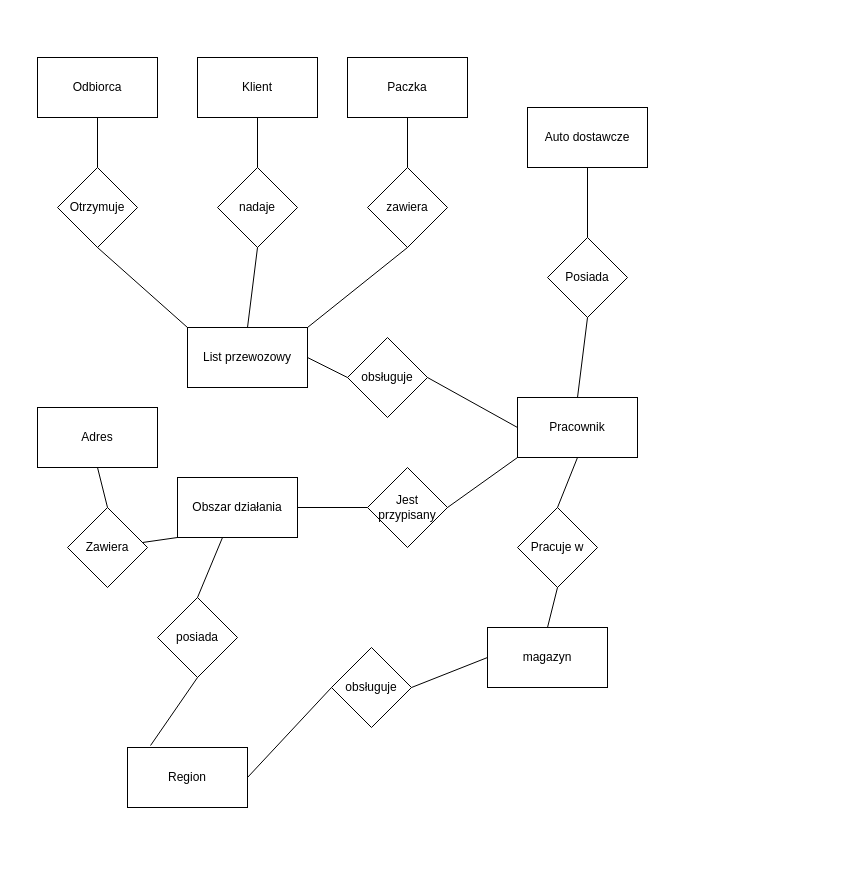
Earlier version of the draw.io diagram firma kurierska.drawio (mariuszkrzyzopolski/mpr). Source tidied: cells renumbered, new cells numbered last; positions are measured from the earlier drawing's top-left corner, leaving out a move shared by most shapes. Both pictures are drawn from the tidied source at 100%, with x=0, y=0 at pixel (37, 57).
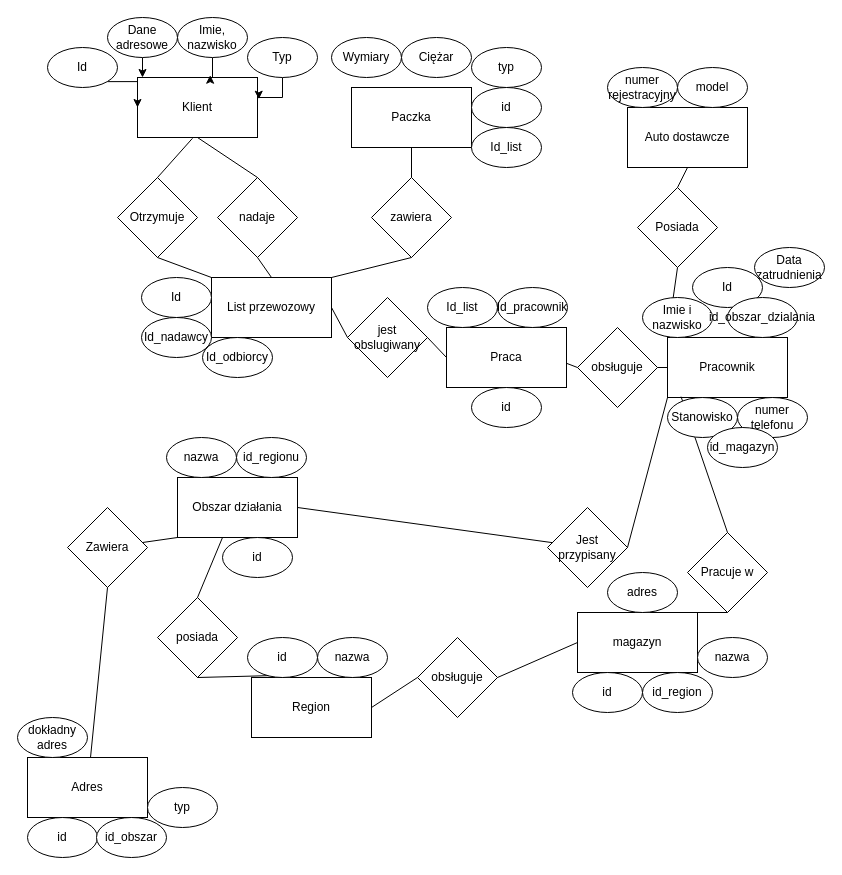
After the change.

The change refers to these unchanged cells:
```xml
<mxCell id="31" value="Zawiera" style="rhombus;whiteSpace=wrap;html=1;" parent="1" vertex="1">
  <mxGeometry x="30" y="450" width="80" height="80" as="geometry" />
</mxCell>
```

Diff of the diagram source:
```diff
@@
-    <mxCell id="2" value="Odbiorca" style="rounded=0;whiteSpace=wrap;html=1;" parent="1" vertex="1">
-      <mxGeometry width="120" height="60" as="geometry" />
-    </mxCell>
     <mxCell id="3" value="Otrzymuje" style="rhombus;whiteSpace=wrap;html=1;" parent="1" vertex="1">
-      <mxGeometry x="20" y="110" width="80" height="80" as="geometry" />
+      <mxGeometry x="80" y="120" width="80" height="80" as="geometry" />
     </mxCell>
-    <mxCell id="4" style="endArrow=none;html=1;entryX=0.5;entryY=1;entryDx=0;entryDy=0;exitX=0.5;exitY=0;exitDx=0;exitDy=0;" parent="1" edge="1" source="3" target="2">
-      <mxGeometry relative="1" as="geometry" />
-    </mxCell>
     <mxCell id="5" value="Klient" style="rounded=0;whiteSpace=wrap;html=1;" parent="1" vertex="1">
-      <mxGeometry x="160" width="120" height="60" as="geometry" />
+      <mxGeometry x="100" y="20" width="120" height="60" as="geometry" />
     </mxCell>
     <mxCell id="6" value="nadaje" style="rhombus;whiteSpace=wrap;html=1;" parent="1" vertex="1">
-      <mxGeometry x="180" y="110" width="80" height="80" as="geometry" />
+      <mxGeometry x="180" y="120" width="80" height="80" as="geometry" />
     </mxCell>
@@
     <mxCell id="8" value="List przewozowy" style="rounded=0;whiteSpace=wrap;html=1;" parent="1" vertex="1">
-      <mxGeometry x="150" y="270" width="120" height="60" as="geometry" />
+      <mxGeometry x="174" y="220" width="120" height="60" as="geometry" />
     </mxCell>
     <mxCell id="9" value="zawiera" style="rhombus;whiteSpace=wrap;html=1;" parent="1" vertex="1">
-      <mxGeometry x="330" y="110" width="80" height="80" as="geometry" />
+      <mxGeometry x="334" y="120" width="80" height="80" as="geometry" />
     </mxCell>
     <mxCell id="10" value="Paczka" style="rounded=0;whiteSpace=wrap;html=1;" parent="1" vertex="1">
-      <mxGeometry x="310" width="120" height="60" as="geometry" />
+      <mxGeometry x="314" y="30" width="120" height="60" as="geometry" />
     </mxCell>
@@
-    <mxCell id="15" value="obsługuje" style="rhombus;whiteSpace=wrap;html=1;" parent="1" vertex="1">
-      <mxGeometry x="310" y="280" width="80" height="80" as="geometry" />
-    </mxCell>
     <mxCell id="16" value="Pracownik" style="rounded=0;whiteSpace=wrap;html=1;" parent="1" vertex="1">
-      <mxGeometry x="480" y="340" width="120" height="60" as="geometry" />
+      <mxGeometry x="630" y="280" width="120" height="60" as="geometry" />
     </mxCell>
-    <mxCell id="17" style="endArrow=none;html=1;entryX=0;entryY=0.5;entryDx=0;entryDy=0;exitX=1;exitY=0.5;exitDx=0;exitDy=0;" parent="1" edge="1" source="8" target="15">
-      <mxGeometry relative="1" as="geometry" />
-    </mxCell>
     <mxCell id="18" value="Posiada" style="rhombus;whiteSpace=wrap;html=1;" parent="1" vertex="1">
-      <mxGeometry x="510" y="180" width="80" height="80" as="geometry" />
+      <mxGeometry x="600" y="130" width="80" height="80" as="geometry" />
     </mxCell>
     <mxCell id="19" value="Auto dostawcze" style="rounded=0;whiteSpace=wrap;html=1;" parent="1" vertex="1">
-      <mxGeometry x="490" y="50" width="120" height="60" as="geometry" />
+      <mxGeometry x="590" y="50" width="120" height="60" as="geometry" />
     </mxCell>
@@
-    <mxCell id="21" style="endArrow=none;html=1;entryX=0.5;entryY=1;entryDx=0;entryDy=0;exitX=0.5;exitY=0;exitDx=0;exitDy=0;" parent="1" edge="1" source="16" target="18">
+    <mxCell id="21" style="endArrow=none;html=1;entryX=0.5;entryY=1;entryDx=0;entryDy=0;exitX=0;exitY=0;exitDx=0;exitDy=0;" parent="1" edge="1" source="16" target="18">
       <mxGeometry relative="1" as="geometry" />
     </mxCell>
-    <mxCell id="22" style="endArrow=none;html=1;entryX=1;entryY=0.5;entryDx=0;entryDy=0;exitX=0;exitY=0.5;exitDx=0;exitDy=0;" parent="1" edge="1" source="16" target="15">
-      <mxGeometry relative="1" as="geometry" />
-    </mxCell>
     <mxCell id="23" value="Pracuje w" style="rhombus;whiteSpace=wrap;html=1;" parent="1" vertex="1">
-      <mxGeometry x="480" y="450" width="80" height="80" as="geometry" />
+      <mxGeometry x="650" y="475" width="80" height="80" as="geometry" />
     </mxCell>
     <mxCell id="24" value="magazyn" style="rounded=0;whiteSpace=wrap;html=1;" parent="1" vertex="1">
-      <mxGeometry x="450" y="570" width="120" height="60" as="geometry" />
+      <mxGeometry x="540" y="555" width="120" height="60" as="geometry" />
     </mxCell>
-    <mxCell id="25" style="endArrow=none;html=1;entryX=0.5;entryY=1;entryDx=0;entryDy=0;exitX=0.5;exitY=0;exitDx=0;exitDy=0;" parent="1" edge="1" source="23" target="16">
+    <mxCell id="25" style="endArrow=none;html=1;exitX=0.5;exitY=0;exitDx=0;exitDy=0;entryX=0.113;entryY=0.986;entryDx=0;entryDy=0;entryPerimeter=0;" parent="1" edge="1" source="23" target="16">
       <mxGeometry relative="1" as="geometry" />
     </mxCell>
@@
     <mxCell id="27" value="Jest przypisany" style="rhombus;whiteSpace=wrap;html=1;" parent="1" vertex="1">
-      <mxGeometry x="330" y="410" width="80" height="80" as="geometry" />
+      <mxGeometry x="510" y="450" width="80" height="80" as="geometry" />
     </mxCell>
@@
     <mxCell id="33" value="Adres" style="rounded=0;whiteSpace=wrap;html=1;" parent="1" vertex="1">
-      <mxGeometry y="350" width="120" height="60" as="geometry" />
+      <mxGeometry x="-10" y="700" width="120" height="60" as="geometry" />
     </mxCell>
-    <mxCell id="34" style="endArrow=none;html=1;exitX=0.5;exitY=0;exitDx=0;exitDy=0;entryX=0.5;entryY=1;entryDx=0;entryDy=0;" parent="1" edge="1" source="31" target="33">
+    <mxCell id="34" style="endArrow=none;html=1;exitX=0.5;exitY=1;exitDx=0;exitDy=0;" parent="1" edge="1" source="31" target="33">
       <mxGeometry relative="1" as="geometry" />
     </mxCell>
@@
     <mxCell id="37" value="Region" style="rounded=0;whiteSpace=wrap;html=1;" parent="1" vertex="1">
-      <mxGeometry x="90" y="690" width="120" height="60" as="geometry" />
+      <mxGeometry x="214" y="620" width="120" height="60" as="geometry" />
     </mxCell>
@@
     <mxCell id="39" value="obsługuje" style="rhombus;whiteSpace=wrap;html=1;" parent="1" vertex="1">
-      <mxGeometry x="294" y="590" width="80" height="80" as="geometry" />
+      <mxGeometry x="380" y="580" width="80" height="80" as="geometry" />
     </mxCell>
@@
+    <mxCell id="42" style="edgeStyle=orthogonalEdgeStyle;rounded=0;jettySize=auto;html=1;exitX=1;exitY=1;exitDx=0;exitDy=0;entryX=0;entryY=0.5;entryDx=0;entryDy=0;" parent="1" edge="1" source="43" target="5">
+      <mxGeometry relative="1" as="geometry" />
+    </mxCell>
+    <mxCell id="43" value="Id" style="ellipse;whiteSpace=wrap;html=1;" parent="1" vertex="1">
+      <mxGeometry x="10" y="-10" width="70" height="40" as="geometry" />
+    </mxCell>
+    <mxCell id="44" style="edgeStyle=orthogonalEdgeStyle;rounded=0;jettySize=auto;html=1;entryX=0.044;entryY=-0.01;entryDx=0;entryDy=0;entryPerimeter=0;" parent="1" edge="1" source="45" target="5">
+      <mxGeometry relative="1" as="geometry" />
+    </mxCell>
+    <mxCell id="45" value="Dane adresowe" style="ellipse;whiteSpace=wrap;html=1;" parent="1" vertex="1">
+      <mxGeometry x="70" y="-40" width="70" height="40" as="geometry" />
+    </mxCell>
+    <mxCell id="46" style="edgeStyle=orthogonalEdgeStyle;rounded=0;jettySize=auto;html=1;entryX=0.606;entryY=-0.038;entryDx=0;entryDy=0;entryPerimeter=0;" parent="1" edge="1" source="47" target="5">
+      <mxGeometry relative="1" as="geometry" />
+    </mxCell>
+    <mxCell id="47" value="Imie, nazwisko" style="ellipse;whiteSpace=wrap;html=1;" parent="1" vertex="1">
+      <mxGeometry x="140" y="-40" width="70" height="40" as="geometry" />
+    </mxCell>
+    <mxCell id="48" style="endArrow=none;html=1;exitX=0.5;exitY=0;exitDx=0;exitDy=0;entryX=0.458;entryY=1.014;entryDx=0;entryDy=0;entryPerimeter=0;" parent="1" edge="1" source="3" target="5">
+      <mxGeometry relative="1" as="geometry" />
+    </mxCell>
+    <mxCell id="49" style="edgeStyle=orthogonalEdgeStyle;rounded=0;jettySize=auto;html=1;entryX=1.011;entryY=0.362;entryDx=0;entryDy=0;entryPerimeter=0;" parent="1" edge="1" source="50" target="5">
+      <mxGeometry relative="1" as="geometry" />
+    </mxCell>
+    <mxCell id="50" value="Typ" style="ellipse;whiteSpace=wrap;html=1;" parent="1" vertex="1">
+      <mxGeometry x="210" y="-20" width="70" height="40" as="geometry" />
+    </mxCell>
+    <mxCell id="51" value="Wymiary" style="ellipse;whiteSpace=wrap;html=1;" parent="1" vertex="1">
+      <mxGeometry x="294" y="-20" width="70" height="40" as="geometry" />
+    </mxCell>
+    <mxCell id="52" value="Ciężar" style="ellipse;whiteSpace=wrap;html=1;" parent="1" vertex="1">
+      <mxGeometry x="364" y="-20" width="70" height="40" as="geometry" />
+    </mxCell>
+    <mxCell id="53" value="typ" style="ellipse;whiteSpace=wrap;html=1;" parent="1" vertex="1">
+      <mxGeometry x="434" y="-10" width="70" height="40" as="geometry" />
+    </mxCell>
+    <mxCell id="54" value="id" style="ellipse;whiteSpace=wrap;html=1;" parent="1" vertex="1">
+      <mxGeometry x="434" y="30" width="70" height="40" as="geometry" />
+    </mxCell>
+    <mxCell id="55" value="Id_list" style="ellipse;whiteSpace=wrap;html=1;" parent="1" vertex="1">
+      <mxGeometry x="434" y="70" width="70" height="40" as="geometry" />
+    </mxCell>
+    <mxCell id="56" value="Id" style="ellipse;whiteSpace=wrap;html=1;" parent="1" vertex="1">
+      <mxGeometry x="104" y="220" width="70" height="40" as="geometry" />
+    </mxCell>
+    <mxCell id="57" value="Id_nadawcy" style="ellipse;whiteSpace=wrap;html=1;" parent="1" vertex="1">
+      <mxGeometry x="104" y="260" width="70" height="40" as="geometry" />
+    </mxCell>
+    <mxCell id="58" value="Id_odbiorcy" style="ellipse;whiteSpace=wrap;html=1;" parent="1" vertex="1">
+      <mxGeometry x="165" y="280" width="70" height="40" as="geometry" />
+    </mxCell>
+    <mxCell id="59" value="Praca" style="rounded=0;whiteSpace=wrap;html=1;" parent="1" vertex="1">
+      <mxGeometry x="409" y="270" width="120" height="60" as="geometry" />
+    </mxCell>
+    <mxCell id="60" value="jest obslugiwany" style="rhombus;whiteSpace=wrap;html=1;" parent="1" vertex="1">
+      <mxGeometry x="310" y="240" width="80" height="80" as="geometry" />
+    </mxCell>
+    <mxCell id="61" style="endArrow=none;html=1;exitX=1;exitY=0.5;exitDx=0;exitDy=0;entryX=0;entryY=0.5;entryDx=0;entryDy=0;" parent="1" edge="1" source="60" target="59">
+      <mxGeometry relative="1" as="geometry" />
+    </mxCell>
+    <mxCell id="62" style="endArrow=none;html=1;entryX=0;entryY=0.5;entryDx=0;entryDy=0;exitX=1;exitY=0.5;exitDx=0;exitDy=0;" parent="1" edge="1" source="8" target="60">
+      <mxGeometry relative="1" as="geometry" />
+    </mxCell>
+    <mxCell id="15" value="obsługuje" style="rhombus;whiteSpace=wrap;html=1;" parent="1" vertex="1">
+      <mxGeometry x="540" y="270" width="80" height="80" as="geometry" />
+    </mxCell>
+    <mxCell id="63" style="endArrow=none;html=1;entryX=0;entryY=0.5;entryDx=0;entryDy=0;exitX=0.998;exitY=0.595;exitDx=0;exitDy=0;exitPerimeter=0;" parent="1" edge="1" source="59" target="15">
+      <mxGeometry relative="1" as="geometry" />
+    </mxCell>
+    <mxCell id="64" style="endArrow=none;html=1;entryX=0;entryY=0.5;entryDx=0;entryDy=0;exitX=1;exitY=0.5;exitDx=0;exitDy=0;" parent="1" edge="1" source="15" target="16">
+      <mxGeometry relative="1" as="geometry" />
+    </mxCell>
+    <mxCell id="65" value="Id_list" style="ellipse;whiteSpace=wrap;html=1;" parent="1" vertex="1">
+      <mxGeometry x="390" y="230" width="70" height="40" as="geometry" />
+    </mxCell>
+    <mxCell id="66" value="Id_pracownik" style="ellipse;whiteSpace=wrap;html=1;" parent="1" vertex="1">
+      <mxGeometry x="460" y="230" width="70" height="40" as="geometry" />
+    </mxCell>
+    <mxCell id="67" value="id" style="ellipse;whiteSpace=wrap;html=1;" parent="1" vertex="1">
+      <mxGeometry x="434" y="330" width="70" height="40" as="geometry" />
+    </mxCell>
+    <mxCell id="68" value="numer rejestracyjny" style="ellipse;whiteSpace=wrap;html=1;" parent="1" vertex="1">
+      <mxGeometry x="570" y="10" width="70" height="40" as="geometry" />
+    </mxCell>
+    <mxCell id="69" value="model" style="ellipse;whiteSpace=wrap;html=1;" parent="1" vertex="1">
+      <mxGeometry x="640" y="10" width="70" height="40" as="geometry" />
+    </mxCell>
+    <mxCell id="70" value="Imie i nazwisko" style="ellipse;whiteSpace=wrap;html=1;" parent="1" vertex="1">
+      <mxGeometry x="605" y="240" width="70" height="40" as="geometry" />
+    </mxCell>
+    <mxCell id="71" value="Data zatrudnienia" style="ellipse;whiteSpace=wrap;html=1;" parent="1" vertex="1">
+      <mxGeometry x="717" y="190" width="70" height="40" as="geometry" />
+    </mxCell>
+    <mxCell id="72" value="Stanowisko" style="ellipse;whiteSpace=wrap;html=1;" parent="1" vertex="1">
+      <mxGeometry x="630" y="340" width="70" height="40" as="geometry" />
+    </mxCell>
+    <mxCell id="73" value="numer telefonu" style="ellipse;whiteSpace=wrap;html=1;" parent="1" vertex="1">
+      <mxGeometry x="700" y="340" width="70" height="40" as="geometry" />
+    </mxCell>
+    <mxCell id="74" value="Id" style="ellipse;whiteSpace=wrap;html=1;" parent="1" vertex="1">
+      <mxGeometry x="655" y="210" width="70" height="40" as="geometry" />
+    </mxCell>
+    <mxCell id="75" value="id_magazyn" style="ellipse;whiteSpace=wrap;html=1;" parent="1" vertex="1">
+      <mxGeometry x="670" y="370" width="70" height="40" as="geometry" />
+    </mxCell>
+    <mxCell id="76" value="id_obszar_dzialania" style="ellipse;whiteSpace=wrap;html=1;" parent="1" vertex="1">
+      <mxGeometry x="690" y="240" width="70" height="40" as="geometry" />
+    </mxCell>
+    <mxCell id="77" value="id" style="ellipse;whiteSpace=wrap;html=1;" parent="1" vertex="1">
+      <mxGeometry x="535" y="615" width="70" height="40" as="geometry" />
+    </mxCell>
+    <mxCell id="78" value="id_region" style="ellipse;whiteSpace=wrap;html=1;" parent="1" vertex="1">
+      <mxGeometry x="605" y="615" width="70" height="40" as="geometry" />
+    </mxCell>
+    <mxCell id="79" value="nazwa" style="ellipse;whiteSpace=wrap;html=1;" parent="1" vertex="1">
+      <mxGeometry x="660" y="580" width="70" height="40" as="geometry" />
+    </mxCell>
+    <mxCell id="80" value="adres" style="ellipse;whiteSpace=wrap;html=1;" parent="1" vertex="1">
+      <mxGeometry x="570" y="515" width="70" height="40" as="geometry" />
+    </mxCell>
+    <mxCell id="81" value="id" style="ellipse;whiteSpace=wrap;html=1;" parent="1" vertex="1">
+      <mxGeometry x="210" y="580" width="70" height="40" as="geometry" />
+    </mxCell>
+    <mxCell id="82" value="nazwa" style="ellipse;whiteSpace=wrap;html=1;" parent="1" vertex="1">
+      <mxGeometry x="280" y="580" width="70" height="40" as="geometry" />
+    </mxCell>
+    <mxCell id="83" value="id" style="ellipse;whiteSpace=wrap;html=1;" parent="1" vertex="1">
+      <mxGeometry x="185" y="480" width="70" height="40" as="geometry" />
+    </mxCell>
+    <mxCell id="84" value="id_regionu" style="ellipse;whiteSpace=wrap;html=1;" parent="1" vertex="1">
+      <mxGeometry x="199" y="380" width="70" height="40" as="geometry" />
+    </mxCell>
+    <mxCell id="85" value="nazwa" style="ellipse;whiteSpace=wrap;html=1;" parent="1" vertex="1">
+      <mxGeometry x="129" y="380" width="70" height="40" as="geometry" />
+    </mxCell>
+    <mxCell id="86" value="id" style="ellipse;whiteSpace=wrap;html=1;" parent="1" vertex="1">
+      <mxGeometry x="-10" y="760" width="70" height="40" as="geometry" />
+    </mxCell>
+    <mxCell id="87" value="dokładny adres" style="ellipse;whiteSpace=wrap;html=1;" parent="1" vertex="1">
+      <mxGeometry x="-20" y="660" width="70" height="40" as="geometry" />
+    </mxCell>
+    <mxCell id="88" value="id_obszar" style="ellipse;whiteSpace=wrap;html=1;" parent="1" vertex="1">
+      <mxGeometry x="59" y="760" width="70" height="40" as="geometry" />
+    </mxCell>
+    <mxCell id="89" value="typ" style="ellipse;whiteSpace=wrap;html=1;" parent="1" vertex="1">
+      <mxGeometry x="110" y="730" width="70" height="40" as="geometry" />
+    </mxCell>
```
